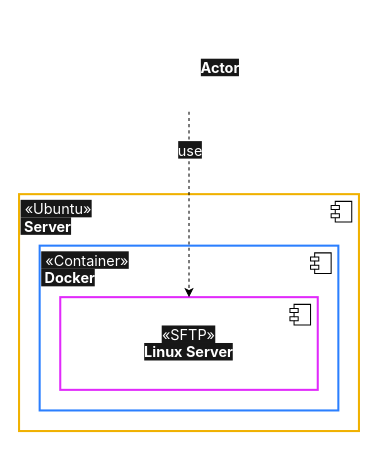
Before: page "server_sftp-introduction" (1 of 3) of DATA_STREET/DATA_STREET.drawio in TrulyDigital/project-documentation, a draw.io diagram. Source tidied: cells renumbered, new cells numbered last; positions are measured from the earlier drawing's top-left corner, leaving out a move shared by most shapes. Both pictures are drawn from the tidied source at 103%, with x=0, y=0 at pixel (19, 19).
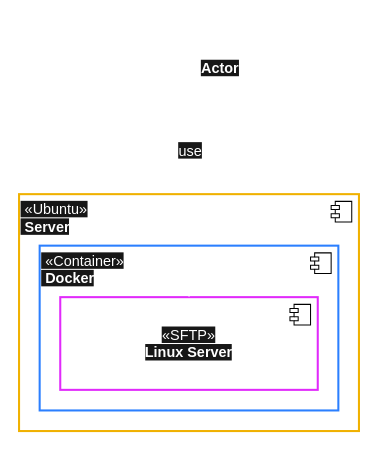
Above is the later version.

Change to the diagram source:
```diff
@@
 <mxGraphModel>
   <root>
     <mxCell id="0" />
     <mxCell id="1" parent="0" />
-    <mxCell id="2" value="&lt;span style=&quot;background-color: rgb(23, 23, 23);&quot;&gt;&amp;nbsp;«Ubuntu»&lt;br&gt;&lt;b style=&quot;&quot;&gt;&amp;nbsp;Server&lt;/b&gt;&lt;/span&gt;" style="html=1;whiteSpace=wrap;align=left;verticalAlign=top;fillColor=none;fontFamily=Inter;strokeColor=#F0B100;fontSize=14;strokeWidth=2;fontColor=#FFFFFF;" parent="1" vertex="1">
+    <mxCell id="2" value="&lt;span style=&quot;background-color: rgb(23, 23, 23);&quot;&gt;&amp;nbsp;«Ubuntu»&lt;br&gt;&lt;b style=&quot;&quot;&gt;&amp;nbsp;Server&lt;/b&gt;&lt;/span&gt;" style="html=1;whiteSpace=wrap;align=left;verticalAlign=top;fillColor=none;fontFamily=Helvetica;strokeColor=#F0B100;fontSize=14;strokeWidth=2;fontColor=#FFFFFF;" parent="1" vertex="1">
       <mxGeometry y="170" width="330" height="230" as="geometry" />
     </mxCell>
     <mxCell id="3" style="shape=module;jettyWidth=8;jettyHeight=4;fontFamily=Inter;fontSize=14;" parent="2" vertex="1">
       <mxGeometry x="1" width="20" height="20" relative="1" as="geometry">
         <mxPoint x="-27" y="7" as="offset" />
       </mxGeometry>
     </mxCell>
-    <mxCell id="4" value="&lt;font style=&quot;color: rgb(255, 255, 255); background-color: rgb(23, 23, 23);&quot;&gt;&amp;nbsp;«Container»&lt;br&gt;&lt;b style=&quot;&quot;&gt;&amp;nbsp;Docker&lt;/b&gt;&lt;/font&gt;" style="html=1;whiteSpace=wrap;align=left;verticalAlign=top;fillColor=none;fontFamily=Inter;strokeColor=#2B7FFF;fontSize=14;strokeWidth=2;" parent="1" vertex="1">
+    <mxCell id="4" value="&lt;font style=&quot;color: rgb(255, 255, 255); background-color: rgb(23, 23, 23);&quot;&gt;&amp;nbsp;«Container»&lt;br&gt;&lt;b style=&quot;&quot;&gt;&amp;nbsp;Docker&lt;/b&gt;&lt;/font&gt;" style="html=1;whiteSpace=wrap;align=left;verticalAlign=top;fillColor=none;fontFamily=Helvetica;strokeColor=#2B7FFF;fontSize=14;strokeWidth=2;" parent="1" vertex="1">
       <mxGeometry x="20" y="220" width="290" height="160" as="geometry" />
     </mxCell>
     <mxCell id="5" style="shape=module;jettyWidth=8;jettyHeight=4;fontFamily=Inter;fontSize=14;" parent="4" vertex="1">
       <mxGeometry x="1" width="20" height="20" relative="1" as="geometry">
         <mxPoint x="-27" y="7" as="offset" />
       </mxGeometry>
     </mxCell>
-    <mxCell id="6" value="&lt;font style=&quot;color: rgb(255, 255, 255); background-color: rgb(23, 23, 23);&quot;&gt;«SFTP»&lt;br&gt;&lt;b style=&quot;&quot;&gt;Linux Server&lt;/b&gt;&lt;/font&gt;" style="html=1;whiteSpace=wrap;align=center;verticalAlign=middle;fillColor=none;fontFamily=Inter;strokeColor=#E12AFB;fontSize=14;strokeWidth=2;" parent="1" vertex="1">
+    <mxCell id="6" value="&lt;font style=&quot;color: rgb(255, 255, 255); background-color: rgb(23, 23, 23);&quot;&gt;«SFTP»&lt;br&gt;&lt;b style=&quot;&quot;&gt;Linux Server&lt;/b&gt;&lt;/font&gt;" style="html=1;whiteSpace=wrap;align=center;verticalAlign=middle;fillColor=none;fontFamily=Helvetica;strokeColor=#E12AFB;fontSize=14;strokeWidth=2;" parent="1" vertex="1">
       <mxGeometry x="40" y="270" width="250" height="90" as="geometry" />
     </mxCell>
     <mxCell id="7" style="shape=module;jettyWidth=8;jettyHeight=4;fontFamily=Inter;fontSize=14;" parent="6" vertex="1">
       <mxGeometry x="1" width="20" height="20" relative="1" as="geometry">
         <mxPoint x="-27" y="7" as="offset" />
       </mxGeometry>
     </mxCell>
-    <mxCell id="8" style="edgeStyle=orthogonalEdgeStyle;rounded=0;jettySize=auto;html=1;dashed=1;" parent="1" edge="1" source="10" target="6">
+    <mxCell id="8" style="edgeStyle=orthogonalEdgeStyle;rounded=0;jettySize=auto;html=1;dashed=1;strokeWidth=2;strokeColor=#FFFFFF;" parent="1" edge="1" source="10" target="6">
       <mxGeometry relative="1" as="geometry">
         <Array as="points">
           <mxPoint x="165" y="180" />
           <mxPoint x="165" y="180" />
         </Array>
       </mxGeometry>
     </mxCell>
-    <mxCell id="9" value="&lt;span style=&quot;background-color: rgb(23, 23, 23);&quot;&gt;&lt;font style=&quot;color: rgb(255, 255, 255);&quot;&gt;use&lt;/font&gt;&lt;/span&gt;" style="edgeLabel;html=1;align=center;verticalAlign=middle;fontFamily=Inter;fontSize=14;" parent="8" vertex="1">
+    <mxCell id="9" value="&lt;span style=&quot;background-color: rgb(23, 23, 23);&quot;&gt;&lt;font style=&quot;color: rgb(255, 255, 255);&quot;&gt;use&lt;/font&gt;&lt;/span&gt;" style="edgeLabel;html=1;align=center;verticalAlign=middle;fontFamily=Helvetica;fontSize=14;" parent="8" vertex="1">
       <mxGeometry x="-0.36" y="-1" relative="1" as="geometry">
         <mxPoint x="1" y="-21" as="offset" />
       </mxGeometry>
     </mxCell>
     <mxCell id="10" style="shape=umlActor;verticalLabelPosition=bottom;verticalAlign=top;html=1;strokeWidth=2;strokeColor=#FFFFFF;" parent="1" vertex="1">
       <mxGeometry x="140" width="50" height="90" as="geometry" />
     </mxCell>
-    <mxCell id="11" value="&lt;font face=&quot;Inter&quot; style=&quot;color: rgb(255, 255, 255); background-color: rgb(23, 23, 23); font-size: 14px;&quot;&gt;Actor&lt;/font&gt;" style="text;align=center;fontStyle=1;verticalAlign=middle;spacingLeft=3;spacingRight=3;strokeColor=none;html=1;" parent="1" vertex="1">
+    <mxCell id="11" value="&lt;font style=&quot;color: rgb(255, 255, 255); background-color: rgb(23, 23, 23); font-size: 14px;&quot;&gt;Actor&lt;/font&gt;" style="text;align=center;fontStyle=1;verticalAlign=middle;spacingLeft=3;spacingRight=3;strokeColor=none;html=1;fontFamily=Helvetica;" parent="1" vertex="1">
       <mxGeometry x="155" y="35" width="80" height="26" as="geometry" />
     </mxCell>
   </root>
 </mxGraphModel>
```
